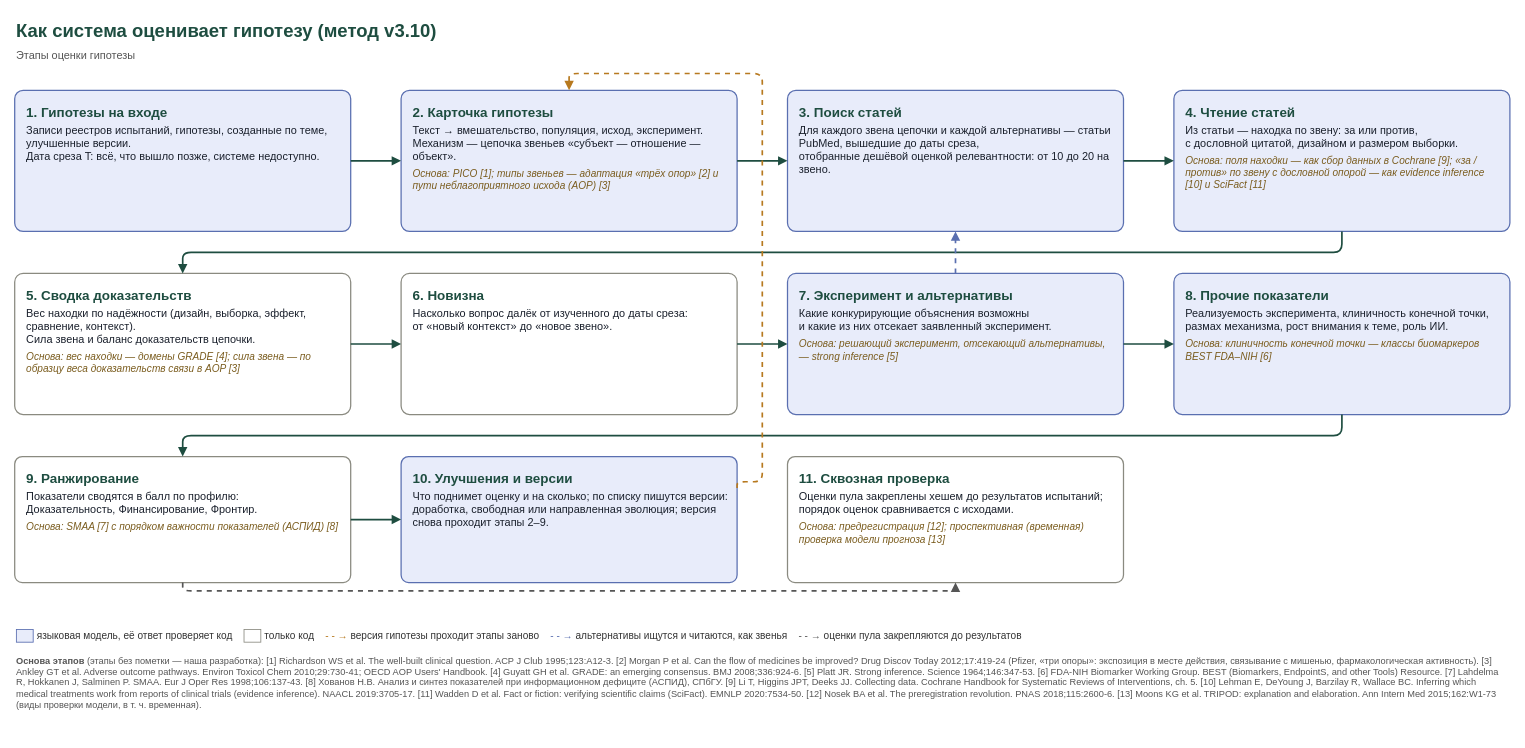
This is docs/system/flow_base.drawio from danrd/hyp-arena, a draw.io file, before an edit. Source tidied: cells renumbered, new cells numbered last; positions are measured from the earlier drawing's top-left corner, leaving out a move shared by most shapes. Both pictures are drawn from the tidied source at 84%, with x=0, y=0 at pixel (14, 14).
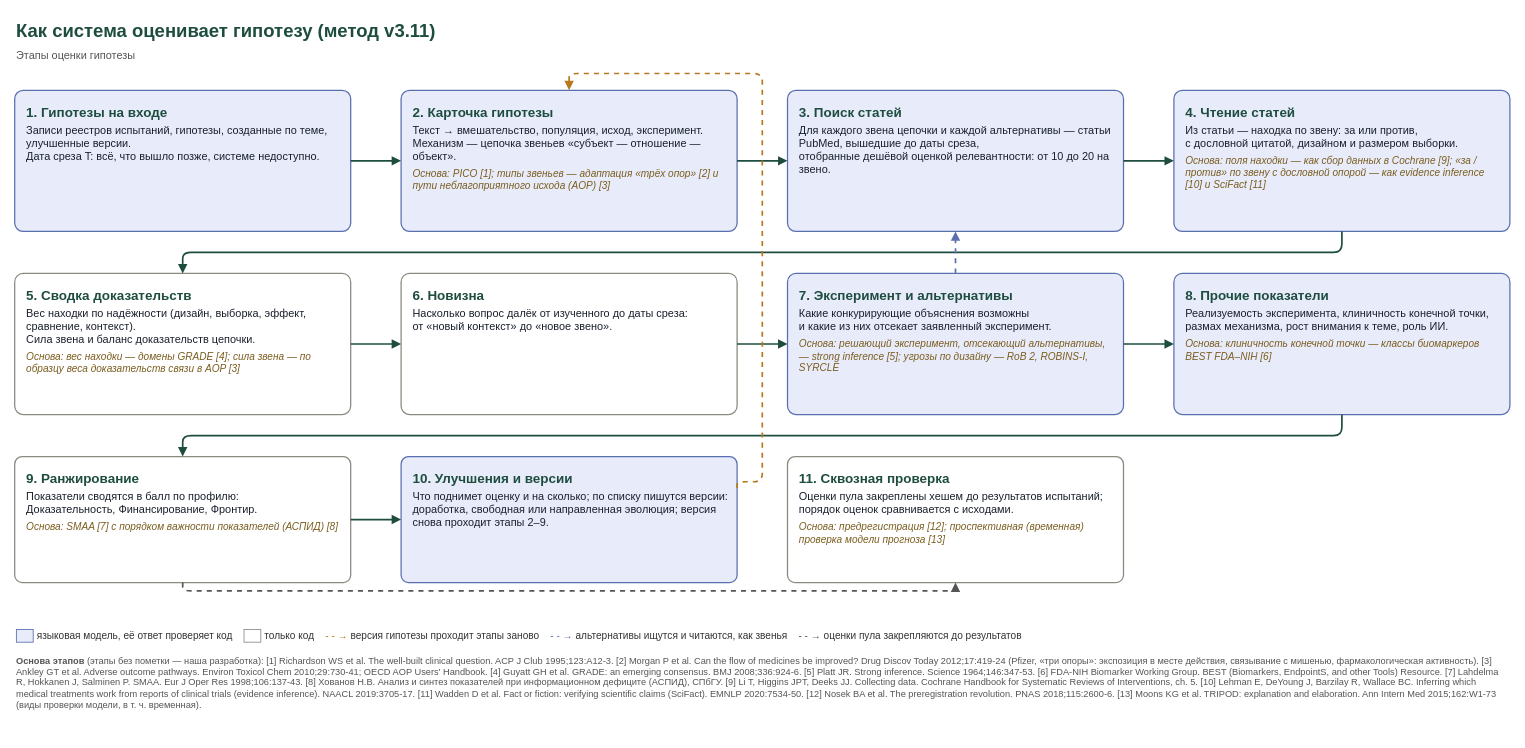
After the change.

The edit, as a diff of the source:
```diff
@@
-    <mxCell id="2" value="&lt;b&gt;Как система оценивает гипотезу (метод v3.10)&lt;/b&gt;&lt;br/&gt;&lt;span style='font-size:13px;color:#555'&gt;Этапы оценки гипотезы&lt;/span&gt;" style="text;html=1;fontSize=22;align=left;verticalAlign=top;fillColor=none;strokeColor=none;fontColor=#1E4D40;" parent="1" vertex="1">
+    <mxCell id="2" value="&lt;b&gt;Как система оценивает гипотезу (метод v3.11)&lt;/b&gt;&lt;br/&gt;&lt;span style='font-size:13px;color:#555'&gt;Этапы оценки гипотезы&lt;/span&gt;" style="text;html=1;fontSize=22;align=left;verticalAlign=top;fillColor=none;strokeColor=none;fontColor=#1E4D40;" parent="1" vertex="1">
       <mxGeometry width="1780" height="56" as="geometry" />
     </mxCell>
@@
-    <mxCell id="9" value="&lt;div style='font-size:16px;color:#1E4D40'&gt;&lt;b&gt;7. Эксперимент и альтернативы&lt;/b&gt;&lt;/div&gt;&lt;div style='margin-top:4px'&gt;Какие конкурирующие объяснения возможны&lt;br/&gt;и какие из них отсекает заявленный эксперимент.&lt;/div&gt;&lt;div style='margin-top:6px;font-size:12px;color:#7A5C1E'&gt;&lt;i&gt;Основа: решающий эксперимент, отсекающий альтернативы, — strong inference [5]&lt;/i&gt;&lt;/div&gt;" style="rounded=1;arcSize=6;whiteSpace=wrap;html=1;fillColor=#E8ECFA;strokeColor=#5A6FB0;strokeWidth=1.5;fontSize=13;fontColor=#1A202C;align=left;verticalAlign=top;spacingLeft=12;spacingRight=10;spacingTop=10;" parent="1" vertex="1">
+    <mxCell id="9" value="&lt;div style='font-size:16px;color:#1E4D40'&gt;&lt;b&gt;7. Эксперимент и альтернативы&lt;/b&gt;&lt;/div&gt;&lt;div style='margin-top:4px'&gt;Какие конкурирующие объяснения возможны&lt;br/&gt;и какие из них отсекает заявленный эксперимент.&lt;/div&gt;&lt;div style='margin-top:6px;font-size:12px;color:#7A5C1E'&gt;&lt;i&gt;Основа: решающий эксперимент, отсекающий альтернативы, — strong inference [5]; угрозы по дизайну — RoB 2, ROBINS-I, SYRCLE&lt;/i&gt;&lt;/div&gt;" style="rounded=1;arcSize=6;whiteSpace=wrap;html=1;fillColor=#E8ECFA;strokeColor=#5A6FB0;strokeWidth=1.5;fontSize=13;fontColor=#1A202C;align=left;verticalAlign=top;spacingLeft=12;spacingRight=10;spacingTop=10;" parent="1" vertex="1">
       <mxGeometry x="920" y="308" width="400" height="168" as="geometry" />
     </mxCell>
```
